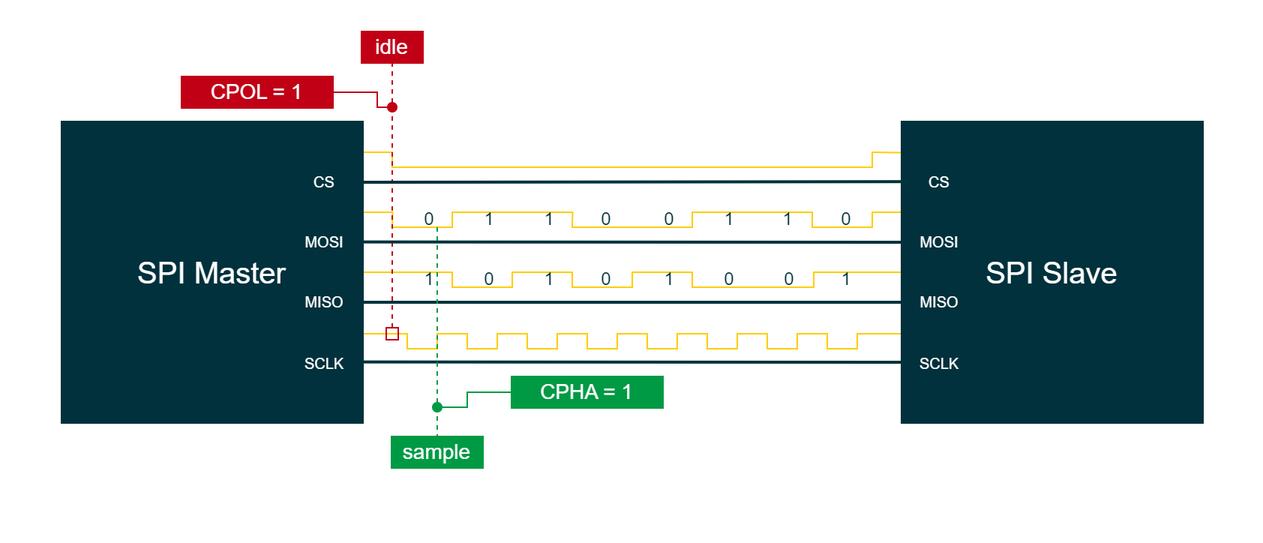
This is draw.io/PE Articles/General knowledge/Fundamentals/SPI 101 A Beginner's Guide To Serial Communication/Mode 3 (PE).png from PLAY-Embedded/pe_assets, a draw.io export, as it was before one commit. Source tidied: cells renumbered, new cells last; positions are measured from the earlier drawing's top-left corner, leaving out a move shared by most shapes.
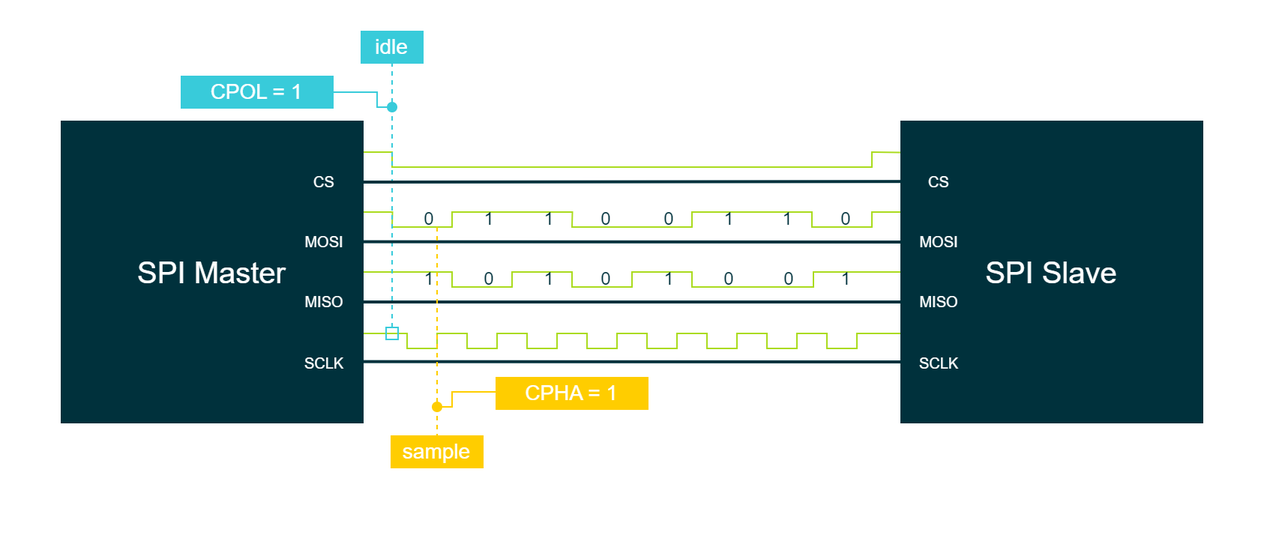
The same file after the commit.

Change to the diagram source:
```diff
@@ -2,7 +2,10 @@
   <root>
     <mxCell id="0" />
     <mxCell id="1" parent="0" />
+    <mxCell id="44" style="rounded=0;whiteSpace=wrap;html=1;strokeColor=none;strokeWidth=2;fontFamily=Arial;fontSize=12;fontColor=#FFFFFF;fillColor=none;" parent="1" vertex="1">
+      <mxGeometry width="840" height="360" as="geometry" />
+    </mxCell>
-    <mxCell id="2" style="endArrow=none;html=1;rounded=0;strokeColor=#FFCD00;strokeWidth=1;fontFamily=Arial;fontSize=20;fontColor=#101820;fillColor=#FFCD00;" parent="1" edge="1">
+    <mxCell id="2" style="endArrow=none;html=1;rounded=0;strokeColor=#AADB1E;strokeWidth=1;fontFamily=Arial;fontSize=20;fontColor=#101820;fillColor=#AADB1E;" parent="1" edge="1">
       <mxGeometry relative="1" as="geometry">
         <mxPoint x="240.2" y="140" as="sourcePoint" />
         <mxPoint x="600.2" y="140" as="targetPoint" />
@@ -23,7 +26,7 @@
         </Array>
       </mxGeometry>
     </mxCell>
-    <mxCell id="3" style="endArrow=none;html=1;rounded=0;strokeColor=#FFCD00;strokeWidth=1;fontFamily=Arial;fontSize=20;fontColor=#00B2A9;fillColor=#FFCD00;entryX=0;entryY=0.5;entryDx=0;entryDy=0;" parent="1" edge="1" target="13">
+    <mxCell id="3" style="endArrow=none;html=1;rounded=0;strokeColor=#AADB1E;strokeWidth=1;fontFamily=Arial;fontSize=20;fontColor=#00B2A9;fillColor=#AADB1E;entryX=0;entryY=0.5;entryDx=0;entryDy=0;" parent="1" edge="1" target="13">
       <mxGeometry relative="1" as="geometry">
         <mxPoint x="241" y="180" as="sourcePoint" />
         <Array as="points">
@@ -42,7 +45,7 @@
         </Array>
       </mxGeometry>
     </mxCell>
-    <mxCell id="4" style="endArrow=none;html=1;rounded=0;strokeColor=#FFCD00;strokeWidth=1;fontFamily=Arial;fontSize=20;fontColor=#00B2A9;fillColor=#FFCD00;" parent="1" edge="1">
+    <mxCell id="4" style="endArrow=none;html=1;rounded=0;strokeColor=#AADB1E;strokeWidth=1;fontFamily=Arial;fontSize=20;fontColor=#00B2A9;fillColor=#AADB1E;" parent="1" edge="1">
       <mxGeometry relative="1" as="geometry">
         <mxPoint x="240" y="221" as="sourcePoint" />
         <mxPoint x="600" y="221" as="targetPoint" />
@@ -82,7 +85,7 @@
         </Array>
       </mxGeometry>
     </mxCell>
-    <mxCell id="5" style="endArrow=none;html=1;rounded=0;strokeColor=#FFCD00;strokeWidth=1;fontFamily=Arial;fontSize=20;fontColor=#101820;fillColor=#FFCD00;exitX=1.005;exitY=0.1;exitDx=0;exitDy=0;exitPerimeter=0;entryX=-0.004;entryY=0.101;entryDx=0;entryDy=0;entryPerimeter=0;" parent="1" edge="1" source="8" target="13">
+    <mxCell id="5" style="endArrow=none;html=1;rounded=0;strokeColor=#AADB1E;strokeWidth=1;fontFamily=Arial;fontSize=20;fontColor=#101820;fillColor=#AADB1E;exitX=1.005;exitY=0.1;exitDx=0;exitDy=0;exitPerimeter=0;entryX=-0.004;entryY=0.101;entryDx=0;entryDy=0;entryPerimeter=0;" parent="1" edge="1" source="8" target="13">
       <mxGeometry relative="1" as="geometry">
         <Array as="points">
           <mxPoint x="260" y="100" />
@@ -92,7 +95,7 @@
         </Array>
       </mxGeometry>
     </mxCell>
-    <mxCell id="6" style="endArrow=none;dashed=1;html=1;strokeWidth=1;rounded=0;strokeColor=#C10016;fontFamily=Arial;fontSize=10;fontColor=#FFFFFF;fillColor=#C10016;startArrow=box;startFill=0;entryX=0.5;entryY=1;entryDx=0;entryDy=0;" parent="1" edge="1" target="24">
+    <mxCell id="6" style="endArrow=none;dashed=1;html=1;strokeWidth=1;rounded=0;strokeColor=#38CBDA;fontFamily=Arial;fontSize=10;fontColor=#FFFFFF;fillColor=#38CBDA;startArrow=box;startFill=0;entryX=0.5;entryY=1;entryDx=0;entryDy=0;" parent="1" edge="1" target="24">
       <mxGeometry relative="1" as="geometry">
         <mxPoint x="260" y="225" as="sourcePoint" />
       </mxGeometry>
@@ -144,7 +147,7 @@
     <mxCell id="21" style="endArrow=none;html=1;rounded=0;strokeColor=#00313C;strokeWidth=2;fontFamily=Arial;fontSize=20;fontColor=#101820;fillColor=none;exitX=1.003;exitY=0.799;exitDx=0;exitDy=0;exitPerimeter=0;entryX=0;entryY=0.8;entryDx=0;entryDy=0;entryPerimeter=0;" parent="1" edge="1" source="8" target="13">
       <mxGeometry relative="1" as="geometry" />
     </mxCell>
-    <mxCell id="22" style="endArrow=none;html=1;rounded=0;strokeColor=#C10016;strokeWidth=1;fontFamily=Arial;fontSize=16;fontColor=#FFFFFF;fillColor=#C10016;startArrow=oval;startFill=1;" parent="1" edge="1">
+    <mxCell id="22" style="endArrow=none;html=1;rounded=0;strokeColor=#38CBDA;strokeWidth=1;fontFamily=Arial;fontSize=16;fontColor=#FFFFFF;fillColor=#38CBDA;startArrow=oval;startFill=1;" parent="1" edge="1">
       <mxGeometry relative="1" as="geometry">
         <mxPoint x="260" y="70" as="sourcePoint" />
         <mxPoint x="220" y="60" as="targetPoint" />
@@ -154,33 +157,33 @@
         </Array>
       </mxGeometry>
     </mxCell>
-    <mxCell id="23" value="CPOL = 1" style="whiteSpace=wrap;html=1;strokeColor=#C10016;strokeWidth=2;fontFamily=Arial;fontSize=14;fontColor=#FFFFFF;fillColor=#C10016;" parent="1" vertex="1">
+    <mxCell id="23" value="CPOL = 1" style="whiteSpace=wrap;html=1;strokeColor=#38CBDA;strokeWidth=2;fontFamily=Arial;fontSize=14;fontColor=#FFFFFF;fillColor=#38CBDA;" parent="1" vertex="1">
       <mxGeometry x="120" y="50" width="100" height="20" as="geometry" />
     </mxCell>
-    <mxCell id="24" value="idle" style="whiteSpace=wrap;html=1;strokeColor=#C10016;strokeWidth=2;fontFamily=Arial;fontSize=14;fontColor=#FFFFFF;fillColor=#C10016;" parent="1" vertex="1">
+    <mxCell id="24" value="idle" style="whiteSpace=wrap;html=1;strokeColor=#38CBDA;strokeWidth=2;fontFamily=Arial;fontSize=14;fontColor=#FFFFFF;fillColor=#38CBDA;" parent="1" vertex="1">
       <mxGeometry x="240" y="20" width="40" height="20" as="geometry" />
     </mxCell>
-    <mxCell id="25" style="endArrow=none;dashed=1;html=1;strokeWidth=1;rounded=0;strokeColor=#009A44;fontFamily=Arial;fontSize=10;fontColor=#FFFFFF;fillColor=#009A44;startArrow=none;startFill=0;" parent="1" edge="1">
+    <mxCell id="25" style="endArrow=none;dashed=1;html=1;strokeWidth=1;rounded=0;strokeColor=#FFCD00;fontFamily=Arial;fontSize=10;fontColor=#FFFFFF;fillColor=#FFCD00;startArrow=none;startFill=0;" parent="1" edge="1">
       <mxGeometry relative="1" as="geometry">
         <mxPoint x="290" y="150" as="sourcePoint" />
         <mxPoint x="290" y="290" as="targetPoint" />
       </mxGeometry>
     </mxCell>
-    <mxCell id="26" value="sample" style="whiteSpace=wrap;html=1;strokeColor=#009A44;strokeWidth=2;fontFamily=Arial;fontSize=14;fontColor=#FFFFFF;fillColor=#009A44;" parent="1" vertex="1">
+    <mxCell id="26" value="sample" style="whiteSpace=wrap;html=1;strokeColor=#FFCD00;strokeWidth=2;fontFamily=Arial;fontSize=14;fontColor=#FFFFFF;fillColor=#FFCD00;" parent="1" vertex="1">
       <mxGeometry x="260" y="290" width="60" height="20" as="geometry" />
     </mxCell>
-    <mxCell id="27" style="endArrow=none;html=1;rounded=0;strokeColor=#009A44;strokeWidth=1;fontFamily=Arial;fontSize=10;fontColor=#FFFFFF;fillColor=#009A44;startArrow=oval;startFill=1;" parent="1" edge="1">
+    <mxCell id="27" style="endArrow=none;html=1;rounded=0;strokeColor=#FFCD00;strokeWidth=1;fontFamily=Arial;fontSize=10;fontColor=#FFFFFF;fillColor=#FFCD00;startArrow=oval;startFill=1;" parent="1" edge="1">
       <mxGeometry relative="1" as="geometry">
         <mxPoint x="290" y="270" as="sourcePoint" />
         <mxPoint x="340" y="260" as="targetPoint" />
         <Array as="points">
-          <mxPoint x="310" y="270" />
-          <mxPoint x="310" y="260" />
+          <mxPoint x="300" y="270" />
+          <mxPoint x="300" y="260" />
         </Array>
       </mxGeometry>
     </mxCell>
-    <mxCell id="28" value="CPHA = 1" style="whiteSpace=wrap;html=1;strokeColor=#009A44;strokeWidth=2;fontFamily=Arial;fontSize=14;fontColor=#FFFFFF;fillColor=#009A44;" parent="1" vertex="1">
-      <mxGeometry x="340" y="250" width="100" height="20" as="geometry" />
+    <mxCell id="28" value="CPHA = 1" style="whiteSpace=wrap;html=1;strokeColor=#FFCD00;strokeWidth=2;fontFamily=Arial;fontSize=14;fontColor=#FFFFFF;fillColor=#FFCD00;" parent="1" vertex="1">
+      <mxGeometry x="330" y="251" width="100" height="20" as="geometry" />
     </mxCell>
     <mxCell id="29" value="&lt;font color=&quot;#00313c&quot;&gt;0&lt;/font&gt;" style="rounded=0;whiteSpace=wrap;html=1;labelBackgroundColor=none;strokeColor=none;strokeWidth=4;fillColor=none;fontColor=#3C3521;align=center;verticalAlign=middle;" parent="1" vertex="1">
       <mxGeometry x="280" y="140" width="10" height="10" as="geometry" />
@@ -227,8 +230,5 @@
     <mxCell id="43" value="&lt;font color=&quot;#00313c&quot;&gt;1&lt;/font&gt;" style="rounded=0;whiteSpace=wrap;html=1;labelBackgroundColor=none;strokeColor=none;strokeWidth=4;fillColor=none;fontColor=#3C3521;align=center;verticalAlign=middle;" parent="1" vertex="1">
       <mxGeometry x="558" y="180" width="10" height="10" as="geometry" />
     </mxCell>
-    <mxCell id="44" style="rounded=0;whiteSpace=wrap;html=1;strokeColor=none;strokeWidth=2;fontFamily=Arial;fontSize=12;fontColor=#FFFFFF;fillColor=none;" parent="1" vertex="1">
-      <mxGeometry width="840" height="360" as="geometry" />
-    </mxCell>
   </root>
 </mxGraphModel>
```
